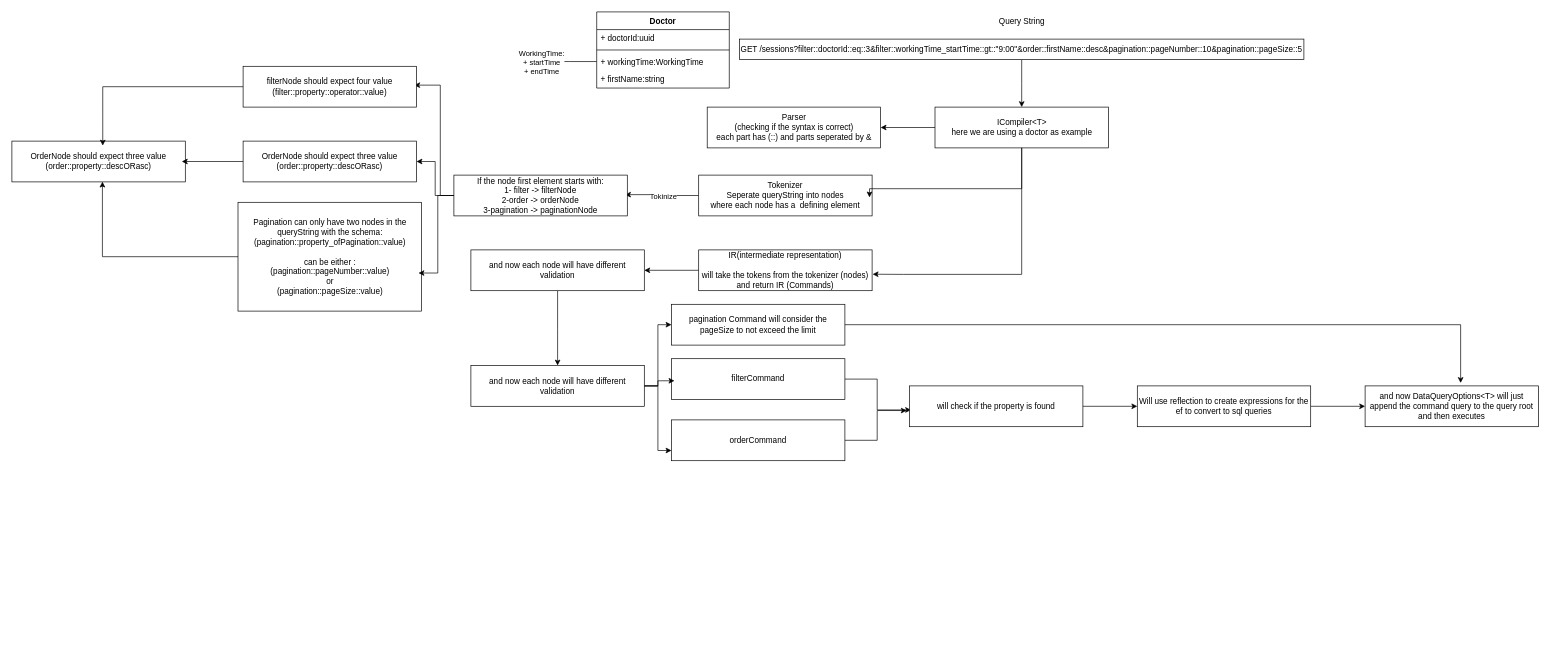
Azero77/PrivateClinicalSystem keeps this draw.io diagram as diagrams/QueryStringCompiler.drawio. Above is the earlier version. Source tidied: cells renumbered, new cells numbered last; positions are measured from the earlier drawing's top-left corner, leaving out a move shared by most shapes. Both pictures are drawn from the tidied source at 68%, with x=0, y=0 at pixel (12, 12).
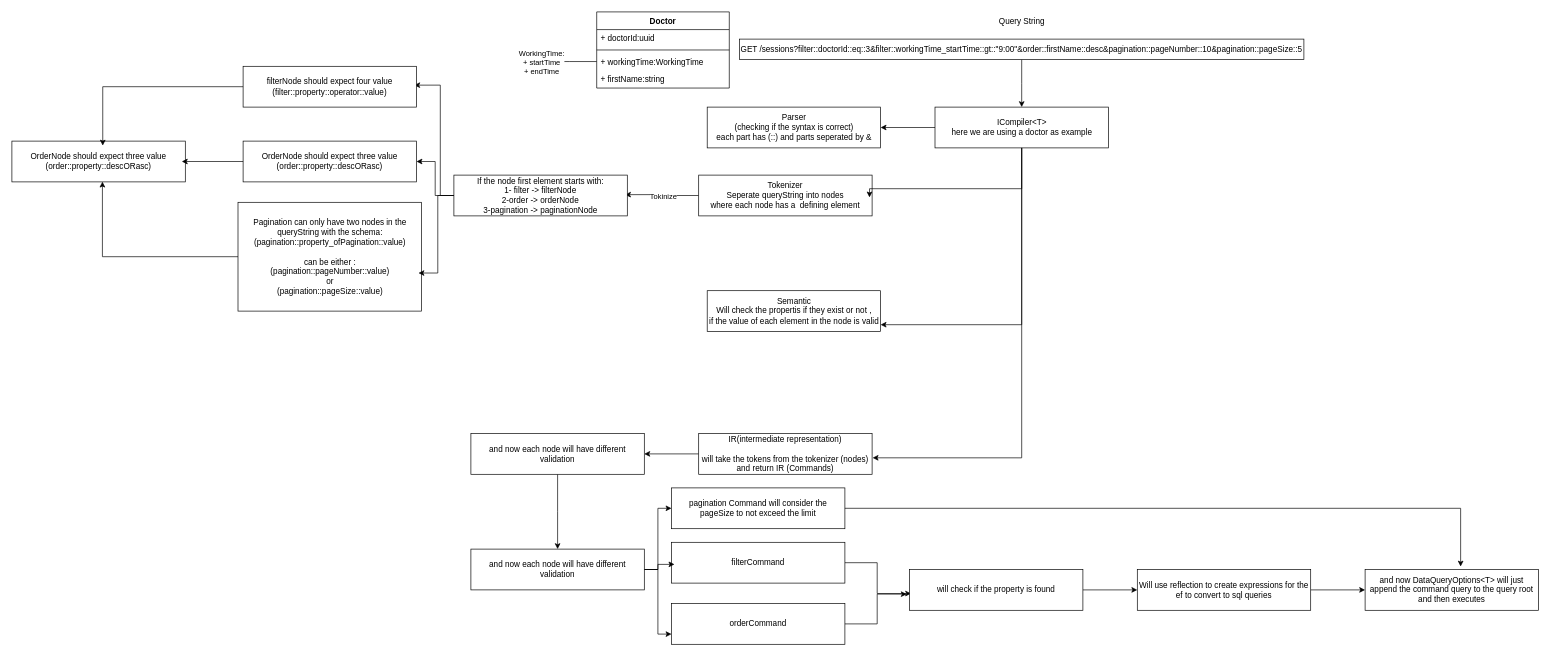
Above is the later version.

The change refers to these unchanged cells:
```xml
<mxCell id="6" value="ICompiler&amp;lt;T&amp;gt;&lt;div&gt;here we are using a doctor as example&lt;/div&gt;" style="rounded=0;whiteSpace=wrap;html=1;" parent="1" vertex="1">
  <mxGeometry x="1357.5" y="140" width="255" height="60" as="geometry" />
</mxCell>
```

Diff of the diagram source:
```diff
@@
+    <mxCell id="50" style="edgeStyle=orthogonalEdgeStyle;rounded=0;jettySize=auto;html=1;" parent="1" edge="1" source="6" target="51">
+      <mxGeometry relative="1" as="geometry">
+        <Array as="points">
+          <mxPoint x="1485" y="460" />
+          <mxPoint x="1151" y="460" />
+          <mxPoint x="1151" y="470" />
+        </Array>
+      </mxGeometry>
+    </mxCell>
@@
     <mxCell id="8" value="IR(intermediate representation)&lt;br&gt;&lt;br&gt;will take the tokens from the tokenizer (nodes)&lt;div&gt;and return IR (Commands)&lt;/div&gt;" style="rounded=0;whiteSpace=wrap;html=1;" parent="1" vertex="1">
-      <mxGeometry x="1010" y="350" width="255" height="60" as="geometry" />
+      <mxGeometry x="1010" y="620" width="255" height="60" as="geometry" />
     </mxCell>
@@
+    <mxCell id="51" value="Semantic&lt;div&gt;Will check the propertis if they exist or not ,&lt;/div&gt;&lt;div&gt;if the value of each element in the node is valid&lt;/div&gt;" style="rounded=0;whiteSpace=wrap;html=1;" parent="1" vertex="1">
+      <mxGeometry x="1022.5" y="410" width="255" height="60" as="geometry" />
+    </mxCell>
@@
     <mxCell id="32" style="edgeStyle=orthogonalEdgeStyle;rounded=0;jettySize=auto;html=1;entryX=1.003;entryY=0.596;entryDx=0;entryDy=0;entryPerimeter=0;" parent="1" edge="1" source="6" target="8">
       <mxGeometry relative="1" as="geometry">
         <Array as="points">
-          <mxPoint x="1485" y="386" />
-          <mxPoint x="1311" y="386" />
+          <mxPoint x="1485" y="656" />
         </Array>
       </mxGeometry>
     </mxCell>
     <mxCell id="33" style="edgeStyle=orthogonalEdgeStyle;rounded=0;jettySize=auto;html=1;" parent="1" edge="1" source="34">
       <mxGeometry relative="1" as="geometry">
-        <mxPoint x="802.5" y="520" as="targetPoint" />
+        <mxPoint x="802.5" y="790" as="targetPoint" />
       </mxGeometry>
     </mxCell>
     <mxCell id="34" value="and now each node will have different validation" style="rounded=0;whiteSpace=wrap;html=1;" parent="1" vertex="1">
-      <mxGeometry x="675" y="350" width="255" height="60" as="geometry" />
+      <mxGeometry x="675" y="620" width="255" height="60" as="geometry" />
     </mxCell>
@@
     <mxCell id="37" value="and now each node will have different validation" style="rounded=0;whiteSpace=wrap;html=1;" parent="1" vertex="1">
-      <mxGeometry x="675" y="520" width="255" height="60" as="geometry" />
+      <mxGeometry x="675" y="790" width="255" height="60" as="geometry" />
     </mxCell>
@@
     <mxCell id="39" value="orderCommand" style="rounded=0;whiteSpace=wrap;html=1;" parent="1" vertex="1">
-      <mxGeometry x="970" y="600" width="255" height="60" as="geometry" />
+      <mxGeometry x="970" y="870" width="255" height="60" as="geometry" />
     </mxCell>
@@
     <mxCell id="41" value="filterCommand" style="rounded=0;whiteSpace=wrap;html=1;" parent="1" vertex="1">
-      <mxGeometry x="970" y="510" width="255" height="60" as="geometry" />
+      <mxGeometry x="970" y="780" width="255" height="60" as="geometry" />
     </mxCell>
@@
     <mxCell id="43" value="will check if the property is found" style="rounded=0;whiteSpace=wrap;html=1;" parent="1" vertex="1">
-      <mxGeometry x="1320" y="550" width="255" height="60" as="geometry" />
+      <mxGeometry x="1320" y="820" width="255" height="60" as="geometry" />
     </mxCell>
     <mxCell id="44" value="pagination Command will consider the pageSize to not exceed the limit" style="rounded=0;whiteSpace=wrap;html=1;" parent="1" vertex="1">
-      <mxGeometry x="970" y="430" width="255" height="60" as="geometry" />
+      <mxGeometry x="970" y="700" width="255" height="60" as="geometry" />
     </mxCell>
@@
     <mxCell id="47" value="Will use reflection to create expressions for the ef to convert to sql queries" style="rounded=0;whiteSpace=wrap;html=1;" parent="1" vertex="1">
-      <mxGeometry x="1655" y="550" width="255" height="60" as="geometry" />
+      <mxGeometry x="1655" y="820" width="255" height="60" as="geometry" />
     </mxCell>
     <mxCell id="48" value="and now DataQueryOptions&amp;lt;T&amp;gt; will just append the command query to the query root and then executes" style="rounded=0;whiteSpace=wrap;html=1;" parent="1" vertex="1">
-      <mxGeometry x="1990" y="550" width="255" height="60" as="geometry" />
+      <mxGeometry x="1990" y="820" width="255" height="60" as="geometry" />
     </mxCell>
```
